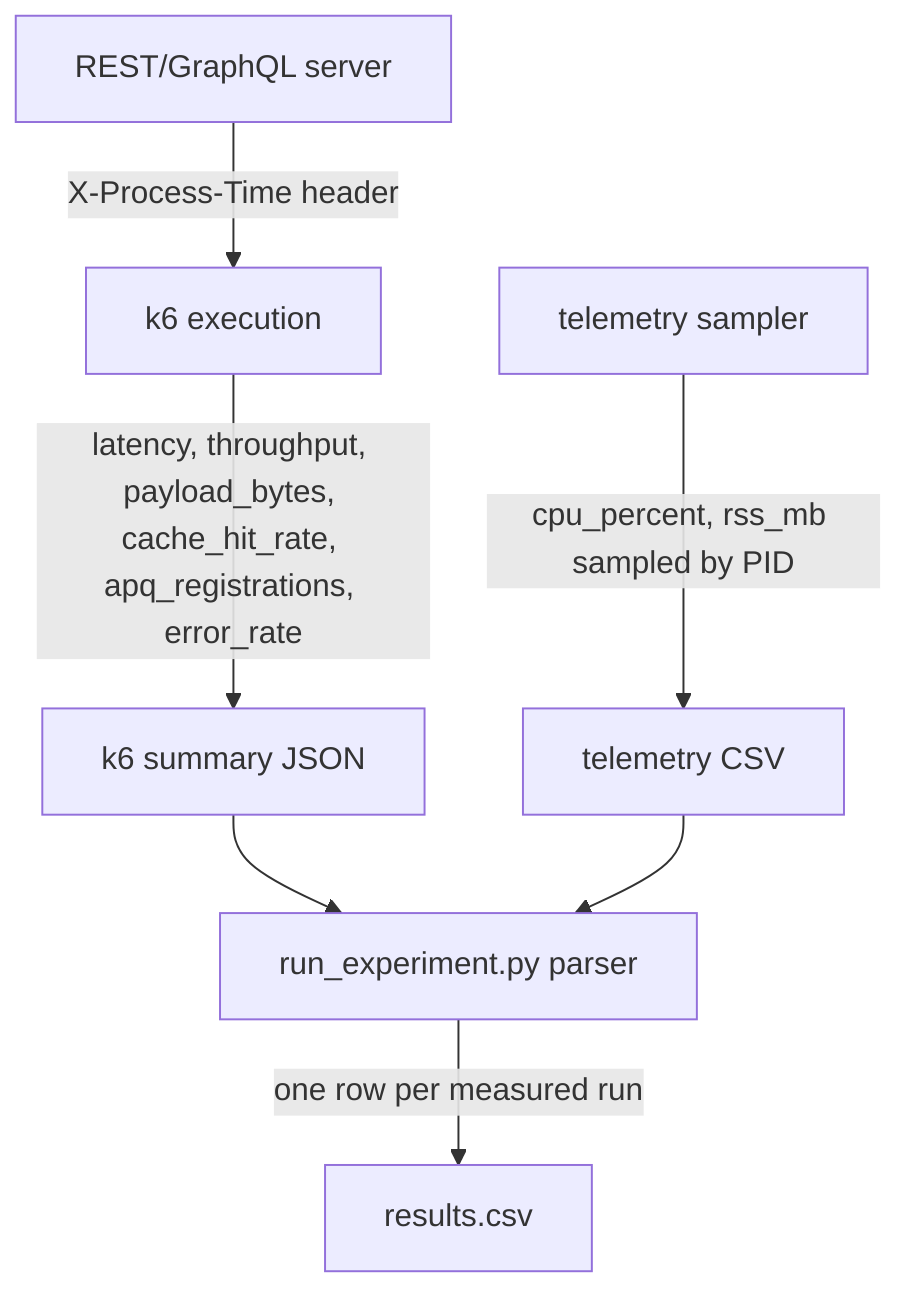
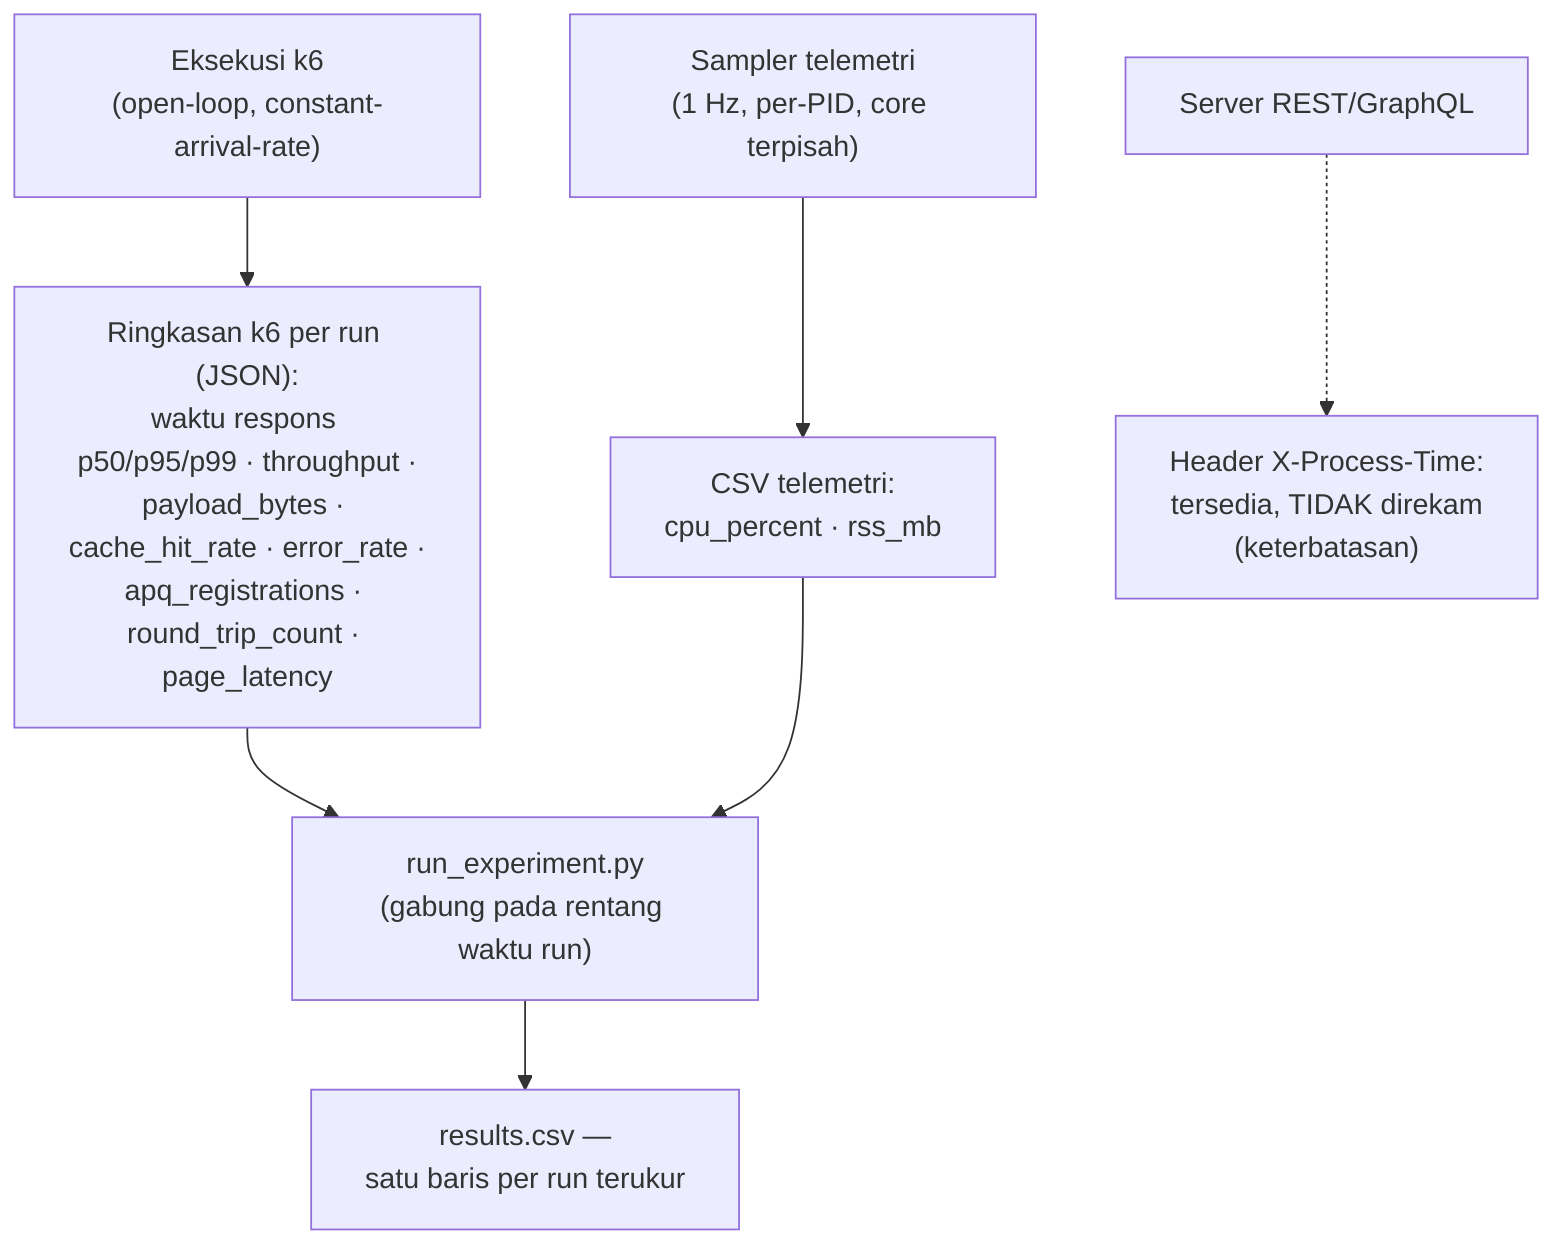
- %% Gambar IV.8 - Aliran metrik eksperimen
+ %% Gambar (Bab IV) — Aliran metrik eksperimen (revisi v4: label ringkas agar proporsional)
%% Type: Data-flow style diagram.
- %% Reference basis: k6 workload.js, telemetry/sampler.py, run_experiment.py.
+ %% Reference basis: k6/workload_mot.js + workload.js, telemetry/sampler.py,
+ %% run_experiment.py. Anotasi X-Process-Time "tersedia, tidak direkam" (FIGURE_AUDIT).
flowchart TB
-     K6["k6 execution"]
-     Server["REST/GraphQL server"]
-     Sampler["telemetry sampler"]
-     Summary["k6 summary JSON"]
-     Telemetry["telemetry CSV"]
-     Parser["run_experiment.py parser"]
-     Results["results.csv"]
+     K6["Eksekusi k6<br/>(open-loop, constant-arrival-rate)"]
+     Server["Server REST/GraphQL"]
+     Sampler["Sampler telemetri<br/>(1 Hz, per-PID, core terpisah)"]
+     Summary["Ringkasan k6 per run (JSON):<br/>waktu respons p50/p95/p99 · throughput ·<br/>payload_bytes · cache_hit_rate · error_rate ·<br/>apq_registrations · round_trip_count · page_latency"]
+     Telemetry["CSV telemetri:<br/>cpu_percent · rss_mb"]
+     Parser["run_experiment.py<br/>(gabung pada rentang waktu run)"]
+     Results["results.csv —<br/>satu baris per run terukur"]
+     XProc["Header X-Process-Time:<br/>tersedia, TIDAK direkam<br/>(keterbatasan)"]

-     K6 -->|"latency, throughput, payload_bytes, cache_hit_rate, apq_registrations, error_rate"| Summary
-     Server -->|"X-Process-Time header"| K6
-     Sampler -->|"cpu_percent, rss_mb sampled by PID"| Telemetry
+     Server -.-> XProc
+     K6 --> Summary
+     Sampler --> Telemetry
    Summary --> Parser
    Telemetry --> Parser
-     Parser -->|"one row per measured run"| Results
- 
+     Parser --> Results
